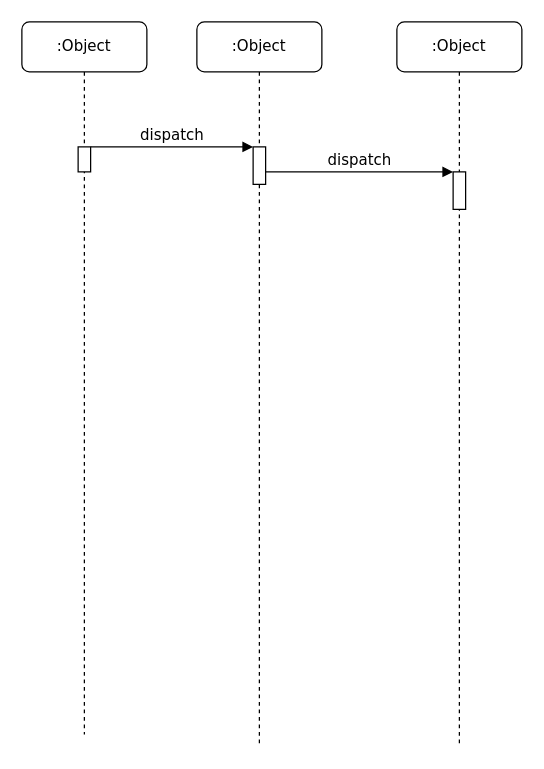
This is github/baekjoon/제목 없는 다이어그램.drawio from shgusgh12/Python-practice, a draw.io file, before an edit. Source tidied: cells renumbered, new cells numbered last; positions are measured from the earlier drawing's top-left corner, leaving out a move shared by most shapes. Both pictures are drawn from the tidied source at 125%, with x=0, y=0 at pixel (21, 21).
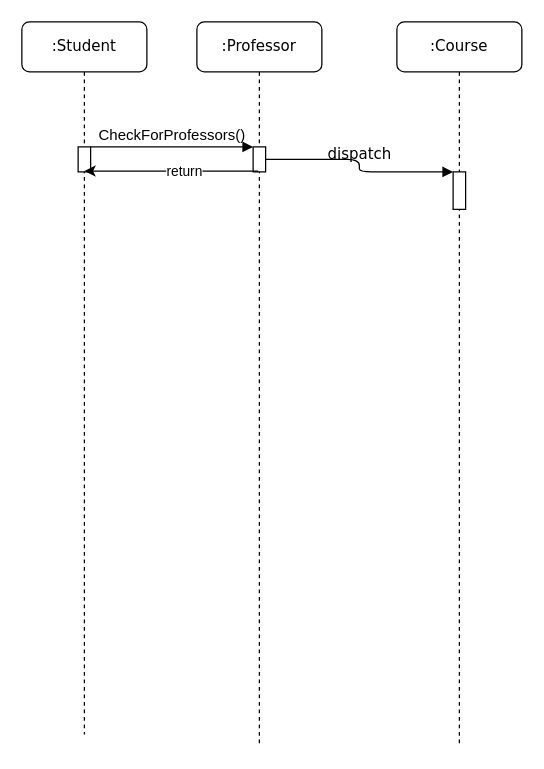
Above is the later version.

Commit message (it also covers changes not shown here):
제목 없는 다이어그램.drawio 업데이트

What changed in the source:
```diff
@@
 <mxGraphModel>
   <root>
     <mxCell id="0" />
     <mxCell id="1" parent="0" />
-    <mxCell id="2" value=":Object" style="shape=umlLifeline;perimeter=lifelinePerimeter;whiteSpace=wrap;html=1;rounded=1;shadow=0;comic=0;labelBackgroundColor=none;strokeWidth=1;fontFamily=Verdana;fontSize=12;align=center;" parent="1" vertex="1">
+    <mxCell id="2" value=":Professor" style="shape=umlLifeline;perimeter=lifelinePerimeter;whiteSpace=wrap;html=1;rounded=1;shadow=0;comic=0;labelBackgroundColor=none;strokeWidth=1;fontFamily=Verdana;fontSize=12;align=center;" parent="1" vertex="1">
       <mxGeometry x="140" width="100" height="580" as="geometry" />
     </mxCell>
     <mxCell id="3" style="html=1;points=[];perimeter=orthogonalPerimeter;rounded=0;shadow=0;comic=0;labelBackgroundColor=none;strokeWidth=1;fontFamily=Verdana;fontSize=12;align=center;" parent="2" vertex="1">
-      <mxGeometry x="45" y="100" width="10" height="30" as="geometry" />
+      <mxGeometry x="45" y="100" width="10" height="20" as="geometry" />
     </mxCell>
-    <mxCell id="4" value=":Object" style="shape=umlLifeline;perimeter=lifelinePerimeter;whiteSpace=wrap;html=1;rounded=1;shadow=0;comic=0;labelBackgroundColor=none;strokeWidth=1;fontFamily=Verdana;fontSize=12;align=center;" parent="1" vertex="1">
+    <mxCell id="4" value=":Course" style="shape=umlLifeline;perimeter=lifelinePerimeter;whiteSpace=wrap;html=1;rounded=1;shadow=0;comic=0;labelBackgroundColor=none;strokeWidth=1;fontFamily=Verdana;fontSize=12;align=center;" parent="1" vertex="1">
       <mxGeometry x="300" width="100" height="580" as="geometry" />
     </mxCell>
     <mxCell id="5" style="html=1;points=[];perimeter=orthogonalPerimeter;rounded=0;shadow=0;comic=0;labelBackgroundColor=none;strokeWidth=1;fontFamily=Verdana;fontSize=12;align=center;" parent="4" vertex="1">
       <mxGeometry x="45" y="120" width="10" height="30" as="geometry" />
     </mxCell>
-    <mxCell id="6" value=":Object" style="shape=umlLifeline;perimeter=lifelinePerimeter;whiteSpace=wrap;html=1;rounded=1;shadow=0;comic=0;labelBackgroundColor=none;strokeWidth=1;fontFamily=Verdana;fontSize=12;align=center;" parent="1" vertex="1">
+    <mxCell id="6" value=":Student" style="shape=umlLifeline;perimeter=lifelinePerimeter;whiteSpace=wrap;html=1;rounded=1;shadow=0;comic=0;labelBackgroundColor=none;strokeWidth=1;fontFamily=Verdana;fontSize=12;align=center;" parent="1" vertex="1">
       <mxGeometry width="100" height="570" as="geometry" />
     </mxCell>
     <mxCell id="7" style="html=1;points=[];perimeter=orthogonalPerimeter;rounded=0;shadow=0;comic=0;labelBackgroundColor=none;strokeWidth=1;fontFamily=Verdana;fontSize=12;align=center;" parent="6" vertex="1">
       <mxGeometry x="45" y="100" width="10" height="20" as="geometry" />
     </mxCell>
-    <mxCell id="8" value="dispatch" style="html=1;verticalAlign=bottom;endArrow=block;entryX=0;entryY=0;labelBackgroundColor=none;fontFamily=Verdana;fontSize=12;edgeStyle=elbowEdgeStyle;elbow=vertical;" parent="1" edge="1" source="7" target="3">
+    <mxCell id="8" value="&lt;span style=&quot;font-family: Helvetica; text-align: left;&quot;&gt;CheckForProfessors()&lt;/span&gt;" style="html=1;verticalAlign=bottom;endArrow=block;entryX=0;entryY=0;labelBackgroundColor=none;fontFamily=Verdana;fontSize=12;edgeStyle=elbowEdgeStyle;elbow=vertical;" parent="1" edge="1" source="7" target="3">
       <mxGeometry relative="1" as="geometry" />
     </mxCell>
     <mxCell id="9" value="dispatch" style="html=1;verticalAlign=bottom;endArrow=block;entryX=0;entryY=0;labelBackgroundColor=none;fontFamily=Verdana;fontSize=12;edgeStyle=elbowEdgeStyle;elbow=vertical;" parent="1" edge="1" source="3" target="5">
       <mxGeometry relative="1" as="geometry" />
     </mxCell>
+    <mxCell id="10" style="endArrow=classic;html=1;rounded=0;entryX=0.5;entryY=0.967;entryDx=0;entryDy=0;entryPerimeter=0;exitX=0.4;exitY=0.967;exitDx=0;exitDy=0;exitPerimeter=0;" parent="1" edge="1" source="3" target="7">
+      <mxGeometry relative="1" as="geometry" />
+    </mxCell>
+    <mxCell id="11" value="return" style="edgeLabel;html=1;align=center;verticalAlign=middle;" parent="10" vertex="1">
+      <mxGeometry x="-0.14" relative="1" as="geometry" />
+    </mxCell>
   </root>
 </mxGraphModel>
```
